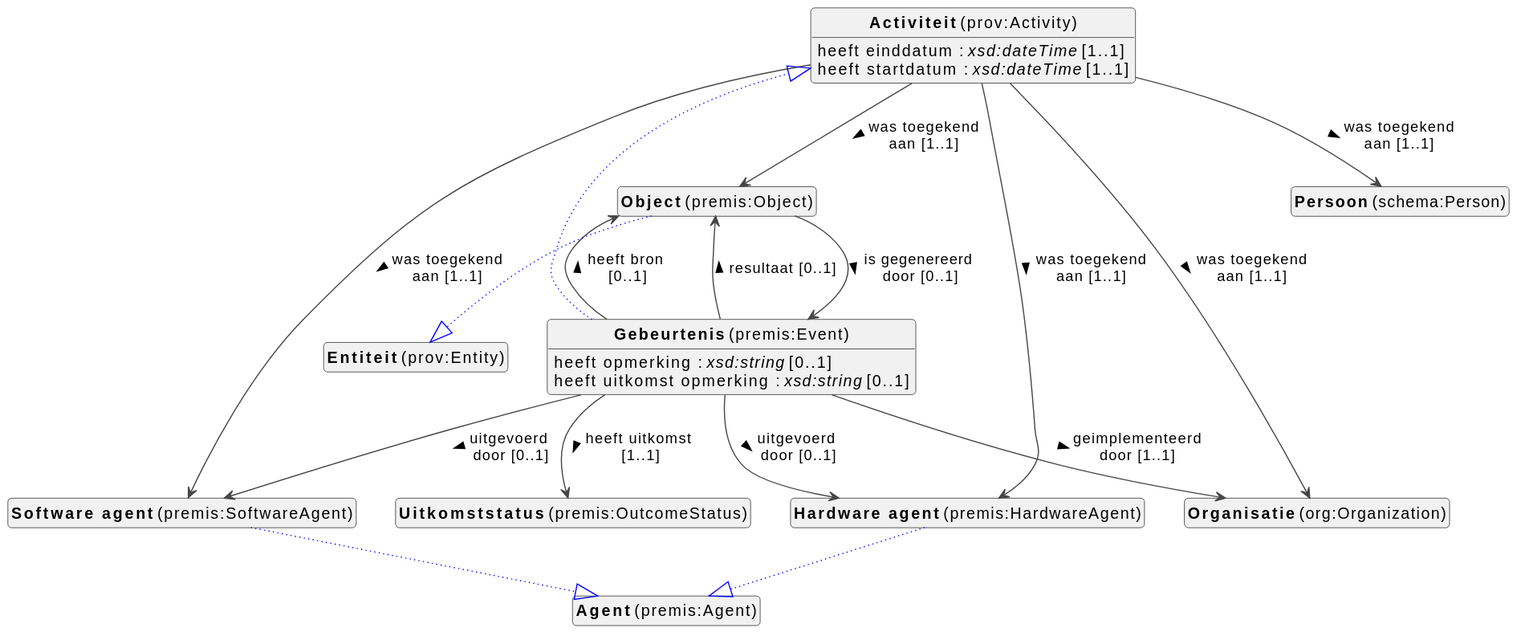
Earlier version of the PlantUML export docs/metadata/modellen/0.0.1/events/nl/events-diagram.svg (viaacode/documentation-jekyll).
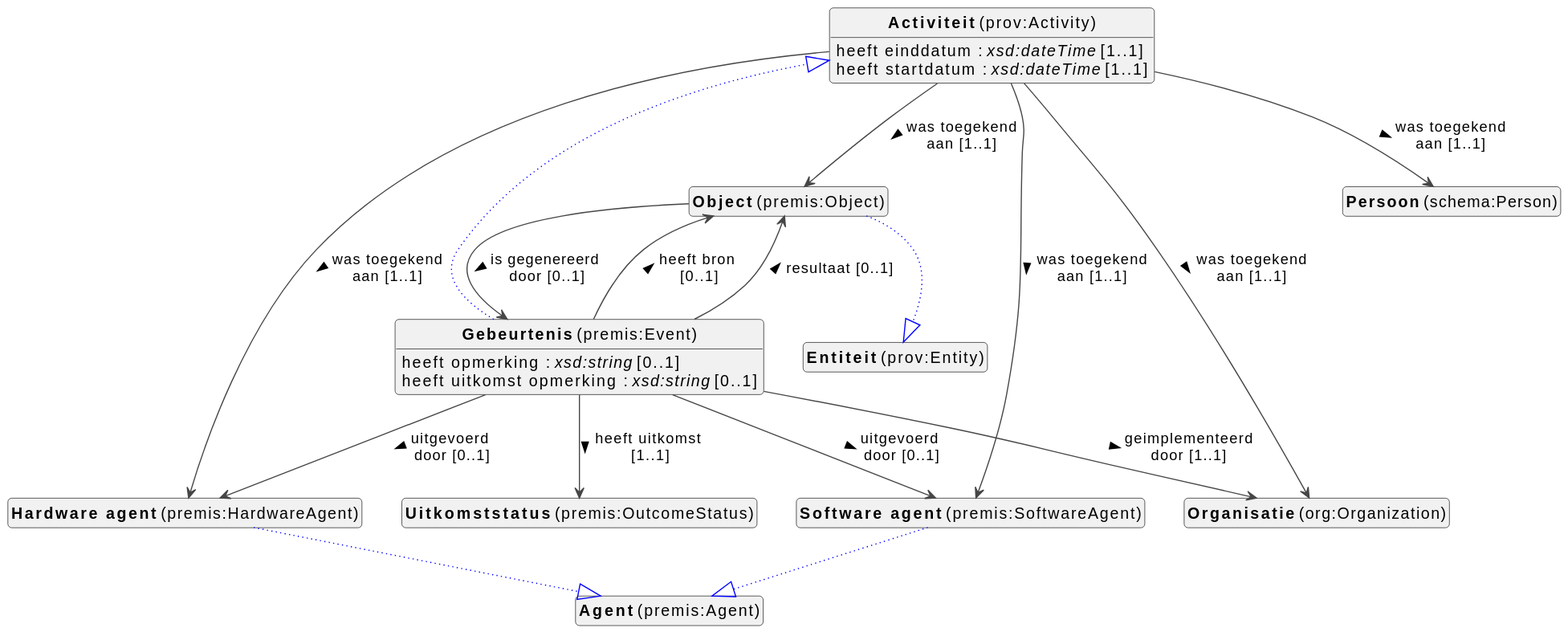
After the commit.

Change to the diagram source:
```diff
@@ -13,13 +13,13 @@
 class "<b>Activiteit</b> (prov:Activity)" as prov_Activity [[#prov%3AActivity]]
 class "<b>Object</b> (premis:Object)" as premis_Object [[#premis%3AObject]]
 class "<b>Entiteit</b> (prov:Entity)" as prov_Entity [[#prov%3AEntity]]
+class "<b>Uitkomststatus</b> (premis:OutcomeStatus)" as premis_OutcomeStatus [[#premis%3AOutcomeStatus]]
+class "<b>Organisatie</b> (org:Organization)" as org_Organization [[#org%3AOrganization]]
+class "<b>Hardware agent</b> (premis:HardwareAgent)" as premis_HardwareAgent [[#premis%3AHardwareAgent]]
+class "<b>Agent</b> (premis:Agent)" as premis_Agent [[#premis%3AAgent]]
+class "<b>Persoon</b> (schema:Person)" as schema_Person [[#schema%3APerson]]
 class "<b>Software agent</b> (premis:SoftwareAgent)" as premis_SoftwareAgent [[#premis%3ASoftwareAgent]]
 class "<b>Agent</b> (premis:Agent)" as premis_Agent [[#premis%3AAgent]]
-class "<b>Hardware agent</b> (premis:HardwareAgent)" as premis_HardwareAgent [[#premis%3AHardwareAgent]]
-class "<b>Agent</b> (premis:Agent)" as premis_Agent [[#premis%3AAgent]]
-class "<b>Organisatie</b> (org:Organization)" as org_Organization [[#org%3AOrganization]]
-class "<b>Persoon</b> (schema:Person)" as schema_Person [[#schema%3APerson]]
-class "<b>Uitkomststatus</b> (premis:OutcomeStatus)" as premis_OutcomeStatus [[#premis%3AOutcomeStatus]]
 
 
 prov_Activity : heeft einddatum : <i>xsd:dateTime</i> [1..1]
@@ -57,7 +57,8 @@
 
 premis_Object --> premis_Event : is gegenereerd door [0..1] >
 
-premis_SoftwareAgent --|> premis_Agent #blue;line.dotted;text:blue
+
+
 
 
 premis_HardwareAgent --|> premis_Agent #blue;line.dotted;text:blue
@@ -65,8 +66,7 @@
 
 
 
-
-
+premis_SoftwareAgent --|> premis_Agent #blue;line.dotted;text:blue
 
 
 
```
